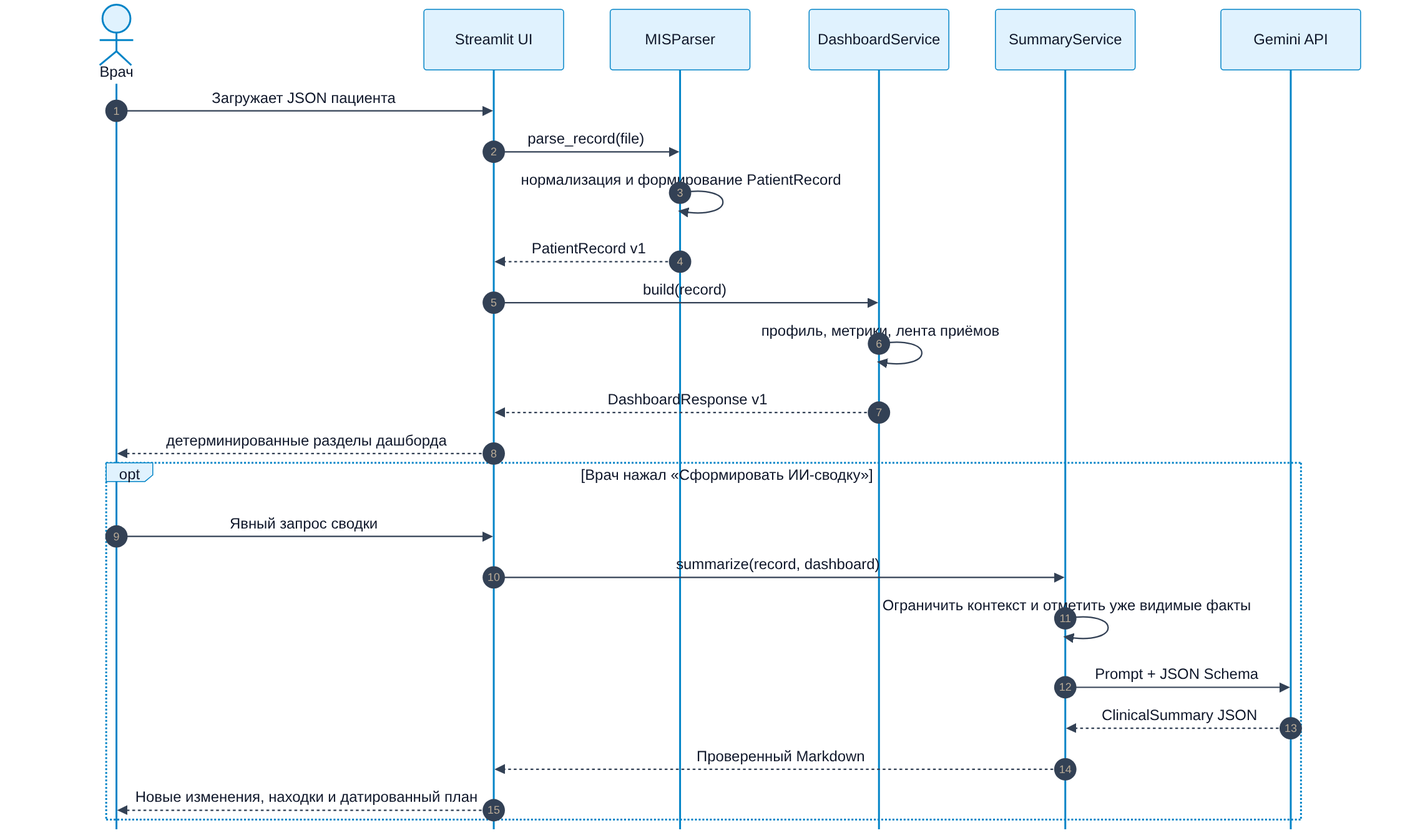
This is docs/report/diagrams/rendered/04-processing-sequence.png from rsul07/MISDash, a Mermaid export, as it was before one commit. Its source is kept beside it as docs/report/diagrams/src/04-processing-sequence.mmd.
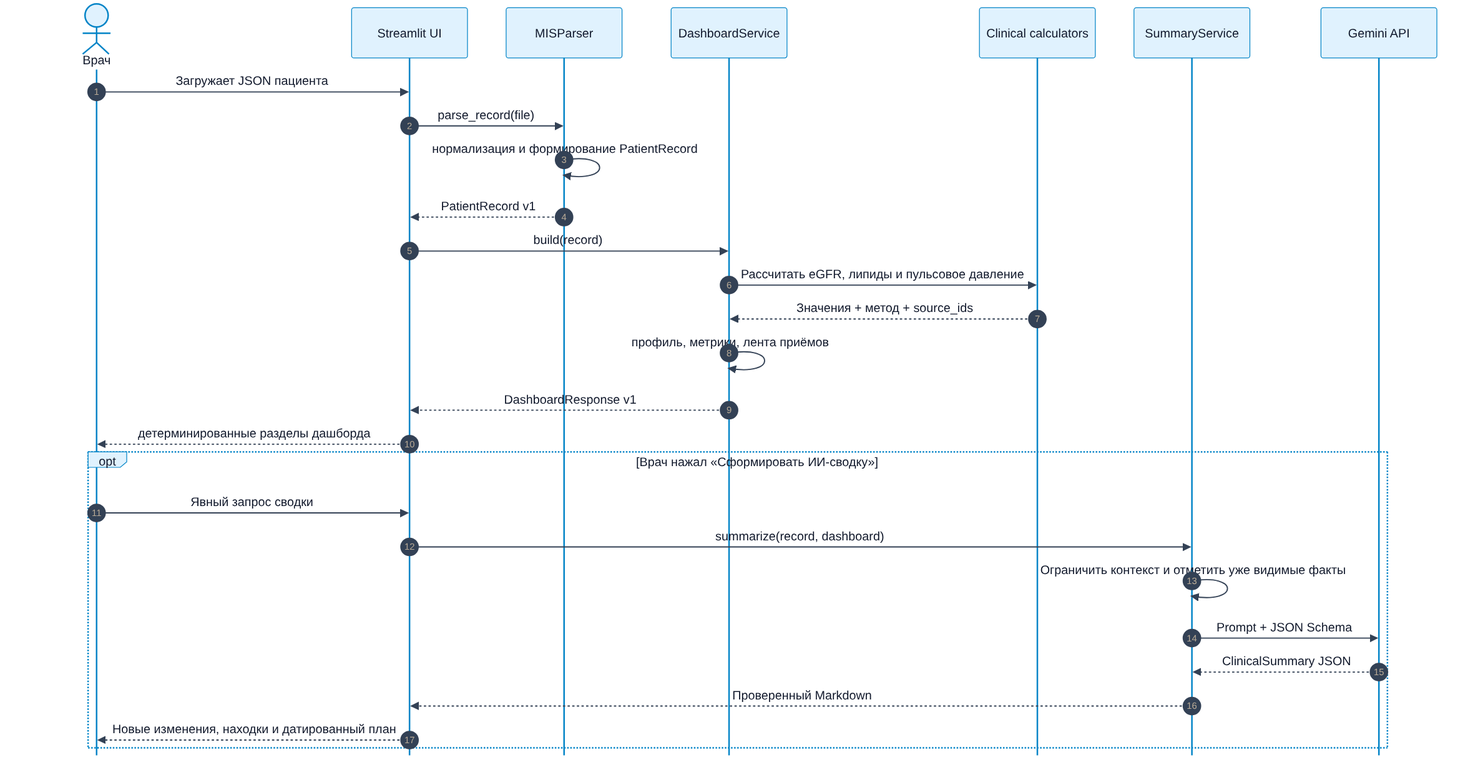
The same diagram one commit later.

Diff of the diagram source:
```diff
@@ -4,6 +4,7 @@
     participant UI as Streamlit UI
     participant Parser as MISParser
     participant Backend as DashboardService
+    participant Calc as Clinical calculators
     participant Summary as SummaryService
     participant Gemini as Gemini API
 
@@ -12,6 +13,8 @@
     Parser->>Parser: нормализация и формирование PatientRecord
     Parser-->>UI: PatientRecord v1
     UI->>Backend: build(record)
+    Backend->>Calc: Рассчитать eGFR, липиды и пульсовое давление
+    Calc-->>Backend: Значения + метод + source_ids
     Backend->>Backend: профиль, метрики, лента приёмов
     Backend-->>UI: DashboardResponse v1
     UI-->>Doctor: детерминированные разделы дашборда
```
